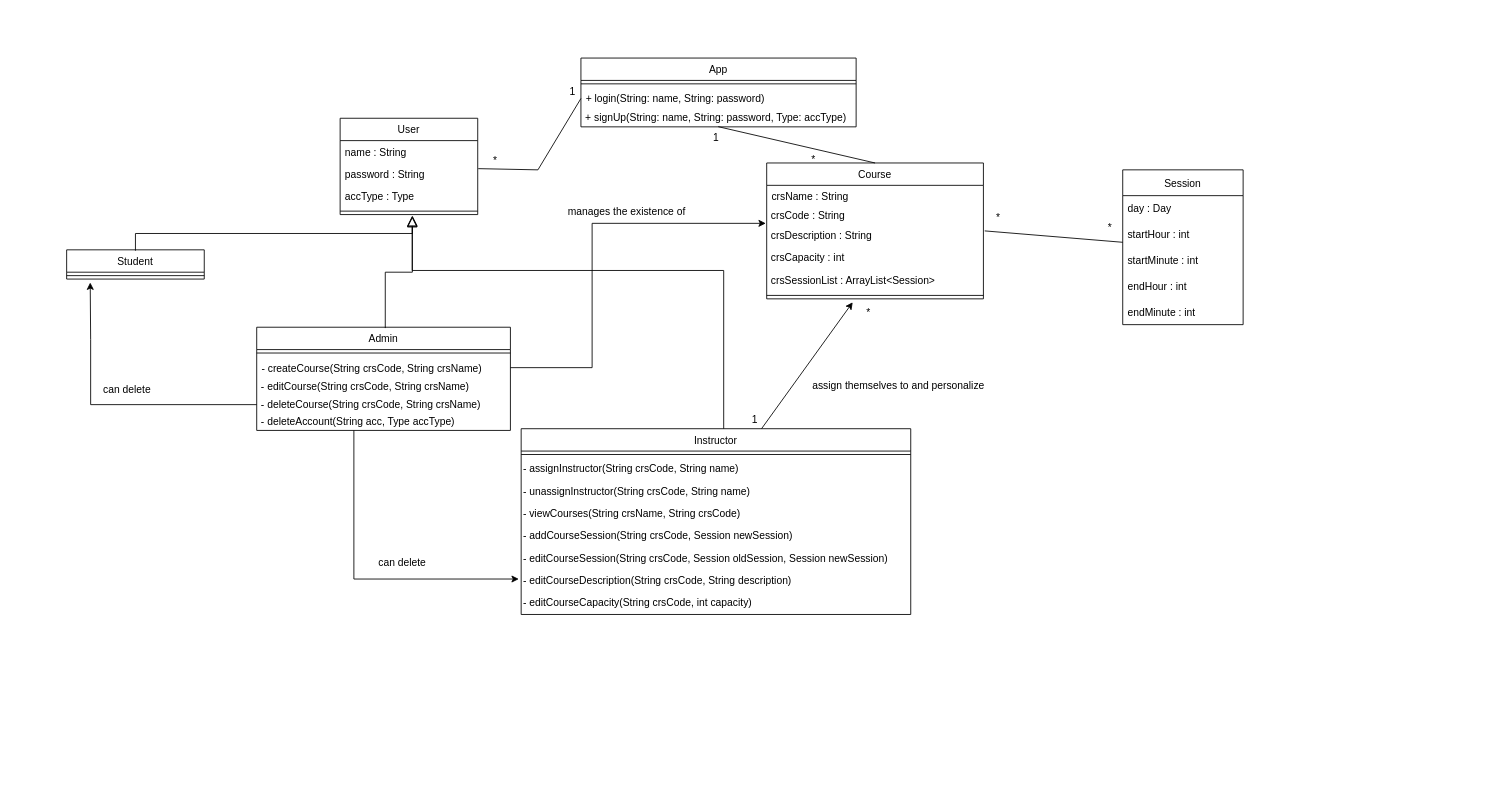
Earlier version of the draw.io diagram project2 (1).drawio (uOttawa-Summer2022/Project-Group-5). Source tidied: cells renumbered, new cells numbered last; positions are measured from the earlier drawing's top-left corner, leaving out a move shared by most shapes. Both pictures are drawn from the tidied source at 86%, with x=0, y=0 at pixel (66, 58).
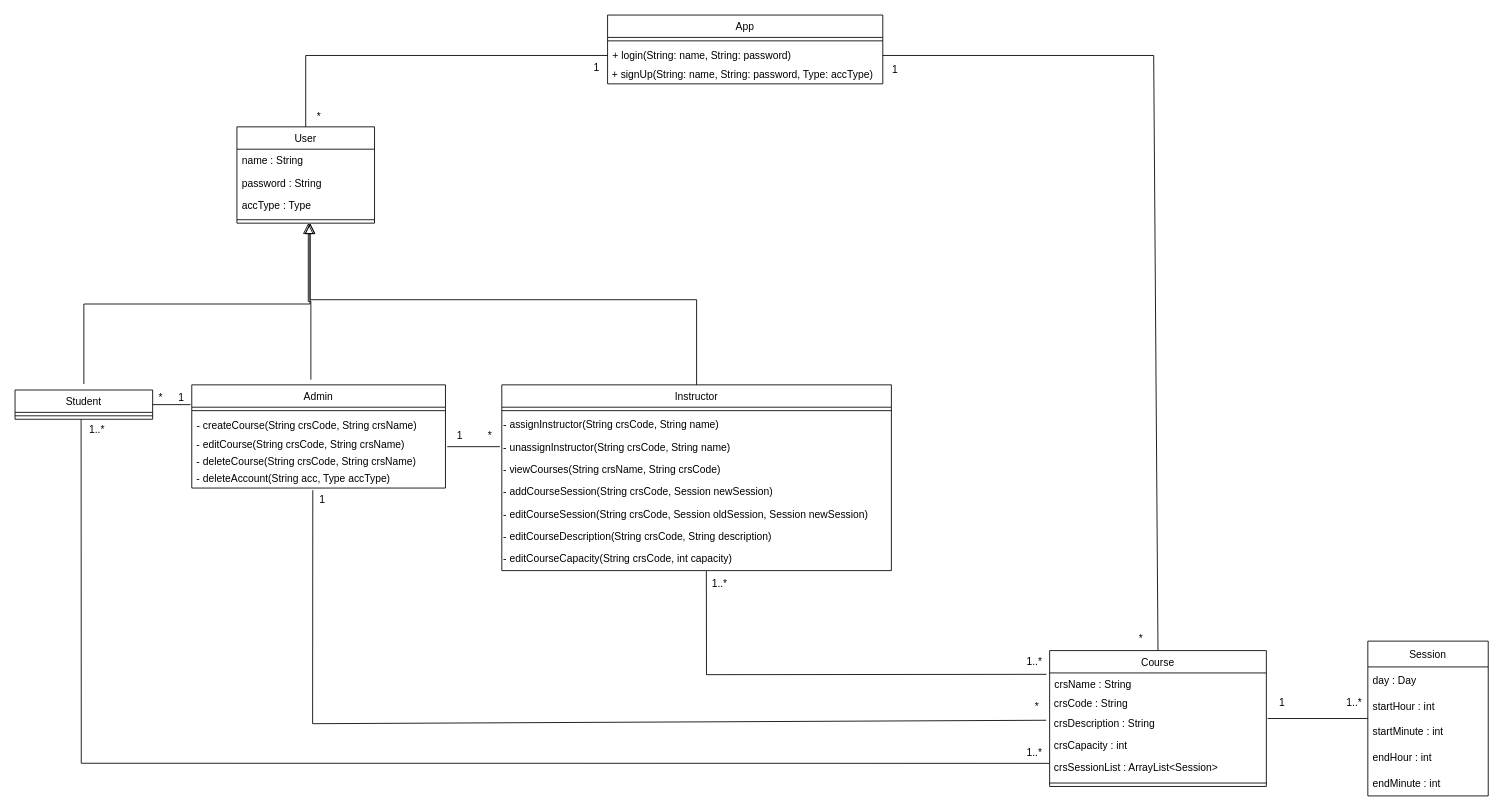
The same page after the edit.

Commit message (it also covers changes not shown here):
adjusted Class Diagram

The change refers to these unchanged cells:
```xml
<mxCell id="4" value="password : String" style="text;align=left;verticalAlign=top;spacingLeft=4;spacingRight=4;overflow=hidden;points=[[0,0.5],[1,0.5]];portConstraint=eastwest;rounded=0;shadow=0;html=0;" parent="2" vertex="1">
  <mxGeometry y="52" width="160" height="26" as="geometry" />
</mxCell>
<mxCell id="9" value="- createCourse(String crsCode, String crsName)" style="text;align=left;verticalAlign=top;spacingLeft=4;spacingRight=4;overflow=hidden;points=[[0,0.5],[1,0.5]];portConstraint=eastwest;" parent="7" vertex="1">
  <mxGeometry y="34" width="295" height="26" as="geometry" />
</mxCell>
<mxCell id="10" value="&amp;nbsp;- editCourse(String crsCode, String crsName)" style="text;html=1;align=left;verticalAlign=middle;points=[];fillColor=none;strokeColor=none;rounded=0;" parent="7" vertex="1">
  <mxGeometry y="60" width="295" height="20" as="geometry" />
</mxCell>
<mxCell id="11" value="&amp;nbsp;- deleteCourse(String crsCode, String crsName)" style="text;html=1;align=left;verticalAlign=middle;points=[];fillColor=none;strokeColor=none;rounded=0;" parent="7" vertex="1">
  <mxGeometry y="80" width="295" height="20" as="geometry" />
</mxCell>
<mxCell id="12" value="&amp;nbsp;- deleteAccount(String acc, Type accType)" style="text;html=1;align=left;verticalAlign=middle;points=[];fillColor=none;strokeColor=none;rounded=0;" parent="7" vertex="1">
  <mxGeometry y="100" width="295" height="20" as="geometry" />
</mxCell>
<mxCell id="15" style="line;html=1;strokeWidth=1;align=left;verticalAlign=middle;spacingTop=-1;spacingLeft=3;spacingRight=3;labelPosition=right;points=[];portConstraint=eastwest;" parent="14" vertex="1">
  <mxGeometry y="26" width="160" height="8" as="geometry" />
</mxCell>
<mxCell id="19" value="+ login(String: name, String: password)" style="text;align=left;verticalAlign=top;spacingLeft=4;spacingRight=4;overflow=hidden;points=[[0,0.5],[1,0.5]];portConstraint=eastwest;" parent="17" vertex="1">
  <mxGeometry y="34" width="320" height="26" as="geometry" />
</mxCell>
<mxCell id="20" value="&amp;nbsp;+ signUp(String: name, String: password, Type: accType)" style="text;html=1;align=left;verticalAlign=middle;points=[];strokeColor=none;fillColor=none;" parent="17" vertex="1">
  <mxGeometry y="60" width="320" height="20" as="geometry" />
</mxCell>
<mxCell id="24" value="- unassignInstructor(String crsCode, String name)" style="text;html=1;align=left;verticalAlign=middle;points=[];fillColor=none;strokeColor=none;rounded=0;" parent="21" vertex="1">
  <mxGeometry y="60" width="453" height="26" as="geometry" />
</mxCell>
<mxCell id="28" value="- editCourseDescription(String crsCode, String description)" style="text;html=1;align=left;verticalAlign=middle;points=[];fillColor=none;strokeColor=none;rounded=0;" parent="21" vertex="1">
  <mxGeometry y="164" width="453" height="26" as="geometry" />
</mxCell>
<mxCell id="29" value="- editCourseCapacity(String crsCode, int capacity)" style="text;html=1;align=left;verticalAlign=middle;points=[];fillColor=none;strokeColor=none;rounded=0;" parent="21" vertex="1">
  <mxGeometry y="190" width="453" height="26" as="geometry" />
</mxCell>
<mxCell id="34" value="crsName : String" style="text;strokeColor=none;fillColor=none;align=left;verticalAlign=top;spacingLeft=4;spacingRight=4;overflow=hidden;points=[[0,0.5],[1,0.5]];portConstraint=eastwest;" parent="33" vertex="1">
  <mxGeometry y="26" width="252" height="26" as="geometry" />
</mxCell>
<mxCell id="36" value="&amp;nbsp;crsDescription : String" style="text;html=1;align=left;verticalAlign=middle;points=[];fillColor=none;strokeColor=none;rounded=0;" parent="33" vertex="1">
  <mxGeometry y="72" width="252" height="26" as="geometry" />
</mxCell>
<mxCell id="38" value="&amp;nbsp;crsSessionList : ArrayList&amp;lt;Session&amp;gt;" style="text;html=1;align=left;verticalAlign=middle;points=[];fillColor=none;strokeColor=none;rounded=0;" parent="33" vertex="1">
  <mxGeometry y="124" width="252" height="26" as="geometry" />
</mxCell>
```

What changed in the source:
```diff
@@
     <mxCell id="2" value="User" style="swimlane;fontStyle=0;align=center;verticalAlign=top;horizontal=1;startSize=26;rounded=0;shadow=0;strokeWidth=1;" parent="1" vertex="1">
-      <mxGeometry x="318" y="70" width="160" height="112" as="geometry" />
+      <mxGeometry x="198" y="80" width="160" height="112" as="geometry" />
     </mxCell>
@@
     <mxCell id="7" value="Admin" style="swimlane;fontStyle=0;align=center;verticalAlign=top;horizontal=1;startSize=26;rounded=0;shadow=0;strokeWidth=1;" parent="1" vertex="1">
-      <mxGeometry x="221" y="313" width="295" height="120" as="geometry" />
+      <mxGeometry x="145.5" y="380" width="295" height="120" as="geometry" />
     </mxCell>
@@
     <mxCell id="13" style="endArrow=block;endSize=10;endFill=0;shadow=0;strokeWidth=1;rounded=0;edgeStyle=elbowEdgeStyle;elbow=vertical;" parent="1" edge="1">
       <mxGeometry relative="1" as="geometry">
-        <mxPoint x="370.5" y="314" as="sourcePoint" />
-        <mxPoint x="402" y="183" as="targetPoint" />
+        <mxPoint x="284" y="374" as="sourcePoint" />
+        <mxPoint x="281" y="192" as="targetPoint" />
       </mxGeometry>
     </mxCell>
     <mxCell id="14" value="Student" style="swimlane;fontStyle=0;align=center;verticalAlign=top;horizontal=1;startSize=26;rounded=0;shadow=0;strokeWidth=1;" parent="1" vertex="1">
-      <mxGeometry y="223" width="160" height="34" as="geometry" />
+      <mxGeometry x="-60" y="386" width="160" height="34" as="geometry" />
     </mxCell>
@@
     <mxCell id="16" style="endArrow=block;endSize=10;endFill=0;shadow=0;strokeWidth=1;rounded=0;edgeStyle=elbowEdgeStyle;elbow=vertical;" parent="1" edge="1">
       <mxGeometry relative="1" as="geometry">
-        <mxPoint x="80" y="224" as="sourcePoint" />
-        <mxPoint x="402" y="184" as="targetPoint" />
+        <mxPoint x="20" y="379" as="sourcePoint" />
+        <mxPoint x="283" y="192" as="targetPoint" />
       </mxGeometry>
     </mxCell>
     <mxCell id="17" value="App" style="swimlane;fontStyle=0;align=center;verticalAlign=top;horizontal=1;startSize=26;rounded=0;shadow=0;strokeWidth=1;" parent="1" vertex="1">
-      <mxGeometry x="598" width="320" height="80" as="geometry" />
+      <mxGeometry x="629" y="-50" width="320" height="80" as="geometry" />
     </mxCell>
@@
     <mxCell id="21" value="Instructor" style="swimlane;fontStyle=0;align=center;verticalAlign=top;horizontal=1;startSize=26;" parent="1" vertex="1">
-      <mxGeometry x="528.5" y="431" width="453" height="216" as="geometry" />
+      <mxGeometry x="506" y="380" width="453" height="216" as="geometry" />
     </mxCell>
@@
-    <mxCell id="30" style="endArrow=none;html=1;rounded=0;entryX=0;entryY=0.5;entryDx=0;entryDy=0;exitX=1.004;exitY=0.254;exitDx=0;exitDy=0;exitPerimeter=0;" parent="1" edge="1" source="4" target="19">
+    <mxCell id="30" style="endArrow=none;html=1;rounded=0;entryX=0;entryY=0.5;entryDx=0;entryDy=0;exitX=0.5;exitY=0;exitDx=0;exitDy=0;" parent="1" edge="1" source="2" target="19">
       <mxGeometry relative="1" as="geometry">
         <Array as="points">
-          <mxPoint x="548" y="130" />
+          <mxPoint x="278" y="-3" />
         </Array>
       </mxGeometry>
     </mxCell>
     <mxCell id="31" value="1" style="text;html=1;align=center;verticalAlign=middle;fillColor=none;strokeColor=none;rounded=0;" parent="1" vertex="1">
-      <mxGeometry x="578" y="30" width="20" height="20" as="geometry" />
+      <mxGeometry x="606" y="1" width="20" height="20" as="geometry" />
     </mxCell>
     <mxCell id="32" value="*" style="text;html=1;align=center;verticalAlign=middle;fillColor=none;strokeColor=none;rounded=0;" parent="1" vertex="1">
-      <mxGeometry x="488" y="110" width="20" height="20" as="geometry" />
+      <mxGeometry x="283" y="59" width="20" height="20" as="geometry" />
     </mxCell>
     <mxCell id="33" value="Course" style="swimlane;fontStyle=0;align=center;verticalAlign=top;horizontal=1;startSize=26;" parent="1" vertex="1">
-      <mxGeometry x="814" y="122" width="252" height="158" as="geometry" />
+      <mxGeometry x="1143" y="689" width="252" height="158" as="geometry" />
     </mxCell>
@@
-    <mxCell id="40" value="*" style="text;html=1;align=center;verticalAlign=middle;fillColor=none;strokeColor=none;rounded=0;" parent="1" vertex="1">
-      <mxGeometry x="858" y="108" width="20" height="20" as="geometry" />
-    </mxCell>
     <mxCell id="41" value="1" style="text;html=1;align=center;verticalAlign=middle;fillColor=none;strokeColor=none;rounded=0;" parent="1" vertex="1">
-      <mxGeometry x="745" y="83" width="20" height="20" as="geometry" />
+      <mxGeometry x="953" y="4" width="20" height="20" as="geometry" />
     </mxCell>
-    <mxCell id="42" style="endArrow=none;html=1;rounded=0;entryX=0.5;entryY=0;entryDx=0;entryDy=0;exitX=0.499;exitY=0.99;exitDx=0;exitDy=0;exitPerimeter=0;" parent="1" edge="1" source="20" target="33">
-      <mxGeometry relative="1" as="geometry" />
+    <mxCell id="42" style="endArrow=none;html=1;rounded=0;entryX=0.5;entryY=0;entryDx=0;entryDy=0;exitX=1;exitY=0.5;exitDx=0;exitDy=0;" parent="1" edge="1" source="19" target="33">
+      <mxGeometry relative="1" as="geometry">
+        <Array as="points">
+          <mxPoint x="1264" y="-3" />
+        </Array>
+      </mxGeometry>
     </mxCell>
-    <mxCell id="43" style="endArrow=block;endSize=10;endFill=0;shadow=0;strokeWidth=1;rounded=0;edgeStyle=elbowEdgeStyle;elbow=vertical;entryX=0.524;entryY=0.275;entryDx=0;entryDy=0;entryPerimeter=0;" parent="1" edge="1">
+    <mxCell id="43" style="endArrow=block;endSize=10;endFill=0;shadow=0;strokeWidth=1;rounded=0;edgeStyle=elbowEdgeStyle;elbow=vertical;entryX=0.524;entryY=0.275;entryDx=0;entryDy=0;entryPerimeter=0;" parent="1" edge="1" source="21">
       <mxGeometry relative="1" as="geometry">
-        <mxPoint x="764" y="431" as="sourcePoint" />
-        <mxPoint x="401.8" y="184.2" as="targetPoint" />
+        <mxPoint x="283" y="192" as="targetPoint" />
         <Array as="points">
-          <mxPoint x="438" y="247" />
-          <mxPoint x="431" y="214" />
-          <mxPoint x="544" y="256" />
-          <mxPoint x="644" y="306" />
+          <mxPoint x="463" y="281" />
+          <mxPoint x="312.2" y="221.8" />
+          <mxPoint x="425.2" y="263.8" />
+          <mxPoint x="525.2" y="313.8" />
         </Array>
       </mxGeometry>
     </mxCell>
@@
     <mxCell id="45" value="Session" style="swimlane;fontStyle=0;horizontal=1;startSize=30;" parent="1" vertex="1">
-      <mxGeometry x="1228" y="130" width="140" height="180" as="geometry" />
+      <mxGeometry x="1513" y="678" width="140" height="180" as="geometry" />
     </mxCell>
@@
-    <mxCell id="51" value="*" style="text;html=1;align=center;verticalAlign=middle;fillColor=none;strokeColor=none;rounded=0;" parent="1" vertex="1">
-      <mxGeometry x="1071" y="173" width="23" height="26" as="geometry" />
-    </mxCell>
     <mxCell id="52" value="*" style="text;html=1;align=center;verticalAlign=middle;fillColor=none;strokeColor=none;rounded=0;" parent="1" vertex="1">
-      <mxGeometry x="1201" y="185" width="23" height="26" as="geometry" />
+      <mxGeometry x="1237" y="663" width="23" height="26" as="geometry" />
     </mxCell>
-    <mxCell id="53" style="endArrow=classic;html=1;rounded=0;" parent="1" edge="1">
-      <mxGeometry relative="1" as="geometry">
-        <mxPoint x="808" y="431" as="sourcePoint" />
-        <mxPoint x="914" y="284" as="targetPoint" />
-      </mxGeometry>
-    </mxCell>
-    <mxCell id="54" value="*" style="text;html=1;align=center;verticalAlign=middle;fillColor=none;strokeColor=none;rounded=0;" parent="1" vertex="1">
-      <mxGeometry x="922" y="287" width="20" height="20" as="geometry" />
-    </mxCell>
-    <mxCell id="55" value="1" style="text;html=1;align=center;verticalAlign=middle;fillColor=none;strokeColor=none;rounded=0;" parent="1" vertex="1">
-      <mxGeometry x="790" y="411" width="20" height="20" as="geometry" />
-    </mxCell>
-    <mxCell id="56" value="assign themselves to and personalize" style="text;html=1;align=center;verticalAlign=middle;fillColor=none;strokeColor=none;rounded=0;" parent="1" vertex="1">
-      <mxGeometry x="858" y="368" width="218" height="26" as="geometry" />
-    </mxCell>
-    <mxCell id="57" style="edgeStyle=orthogonalEdgeStyle;rounded=0;jettySize=auto;html=1;exitX=1;exitY=0.5;exitDx=0;exitDy=0;entryX=-0.004;entryY=-0.069;entryDx=0;entryDy=0;entryPerimeter=0;" parent="1" edge="1" source="9" target="36">
-      <mxGeometry relative="1" as="geometry">
-        <Array as="points">
-          <mxPoint x="611" y="360" />
-          <mxPoint x="611" y="192" />
-        </Array>
-      </mxGeometry>
-    </mxCell>
-    <mxCell id="58" value="manages the existence of" style="text;html=1;align=center;verticalAlign=middle;fillColor=none;strokeColor=none;rounded=0;" parent="1" vertex="1">
-      <mxGeometry x="573" y="166" width="155" height="26" as="geometry" />
-    </mxCell>
-    <mxCell id="59" style="edgeStyle=orthogonalEdgeStyle;rounded=0;jettySize=auto;html=1;" parent="1" edge="1" source="11">
-      <mxGeometry relative="1" as="geometry">
-        <mxPoint x="27.4" y="261" as="targetPoint" />
-      </mxGeometry>
-    </mxCell>
-    <mxCell id="60" value="can delete" style="text;html=1;align=center;verticalAlign=middle;fillColor=none;strokeColor=none;rounded=0;" parent="1" vertex="1">
-      <mxGeometry x="33" y="373" width="73" height="26" as="geometry" />
-    </mxCell>
-    <mxCell id="61" style="edgeStyle=orthogonalEdgeStyle;rounded=0;jettySize=auto;html=1;entryX=-0.006;entryY=0.415;entryDx=0;entryDy=0;entryPerimeter=0;" parent="1" edge="1" source="12" target="28">
-      <mxGeometry relative="1" as="geometry">
-        <Array as="points">
-          <mxPoint x="334" y="606" />
-        </Array>
-      </mxGeometry>
-    </mxCell>
-    <mxCell id="62" value="can delete" style="text;html=1;align=center;verticalAlign=middle;fillColor=none;strokeColor=none;rounded=0;" parent="1" vertex="1">
-      <mxGeometry x="353" y="574" width="73" height="26" as="geometry" />
-    </mxCell>
+    <mxCell id="63" value="1..*" style="text;html=1;align=center;verticalAlign=middle;fillColor=none;strokeColor=none;rounded=0;" parent="1" vertex="1">
+      <mxGeometry x="1483" y="741" width="28" height="18" as="geometry" />
+    </mxCell>
+    <mxCell id="64" value="1" style="text;html=1;align=center;verticalAlign=middle;fillColor=none;strokeColor=none;rounded=0;" parent="1" vertex="1">
+      <mxGeometry x="1404" y="741" width="17" height="18" as="geometry" />
+    </mxCell>
+    <mxCell id="65" style="endArrow=none;html=1;rounded=0;entryX=1.007;entryY=0.594;entryDx=0;entryDy=0;entryPerimeter=0;exitX=-0.005;exitY=0.457;exitDx=0;exitDy=0;exitPerimeter=0;" parent="1" edge="1" source="24" target="10">
+      <mxGeometry relative="1" as="geometry" />
+    </mxCell>
+    <mxCell id="66" style="endArrow=none;html=1;rounded=0;entryX=1;entryY=0.5;entryDx=0;entryDy=0;" parent="1" edge="1" target="14">
+      <mxGeometry relative="1" as="geometry">
+        <mxPoint x="144" y="403" as="sourcePoint" />
+      </mxGeometry>
+    </mxCell>
+    <mxCell id="67" value="1" style="text;html=1;align=center;verticalAlign=middle;fillColor=none;strokeColor=none;rounded=0;" parent="1" vertex="1">
+      <mxGeometry x="124" y="386" width="17" height="18" as="geometry" />
+    </mxCell>
+    <mxCell id="68" value="1" style="text;html=1;align=center;verticalAlign=middle;fillColor=none;strokeColor=none;rounded=0;" parent="1" vertex="1">
+      <mxGeometry x="448" y="431" width="17" height="18" as="geometry" />
+    </mxCell>
+    <mxCell id="69" style="endArrow=none;html=1;rounded=0;entryX=0.477;entryY=1.124;entryDx=0;entryDy=0;entryPerimeter=0;exitX=-0.016;exitY=0.346;exitDx=0;exitDy=0;exitPerimeter=0;" parent="1" edge="1" source="36" target="12">
+      <mxGeometry relative="1" as="geometry">
+        <Array as="points">
+          <mxPoint x="286" y="774" />
+        </Array>
+      </mxGeometry>
+    </mxCell>
+    <mxCell id="70" style="endArrow=none;html=1;rounded=0;entryX=0.525;entryY=1.023;entryDx=0;entryDy=0;entryPerimeter=0;exitX=-0.015;exitY=0.061;exitDx=0;exitDy=0;exitPerimeter=0;" parent="1" edge="1" source="34" target="29">
+      <mxGeometry relative="1" as="geometry">
+        <Array as="points">
+          <mxPoint x="744" y="717" />
+        </Array>
+      </mxGeometry>
+    </mxCell>
+    <mxCell id="71" style="endArrow=none;html=1;rounded=0;entryX=0.48;entryY=1.015;entryDx=0;entryDy=0;entryPerimeter=0;exitX=-0.001;exitY=0.274;exitDx=0;exitDy=0;exitPerimeter=0;" parent="1" edge="1" source="38" target="15">
+      <mxGeometry relative="1" as="geometry">
+        <Array as="points">
+          <mxPoint x="17" y="820" />
+        </Array>
+      </mxGeometry>
+    </mxCell>
+    <mxCell id="72" value="1" style="text;html=1;align=center;verticalAlign=middle;fillColor=none;strokeColor=none;rounded=0;" parent="1" vertex="1">
+      <mxGeometry x="288" y="505" width="17" height="18" as="geometry" />
+    </mxCell>
+    <mxCell id="73" value="*" style="text;html=1;align=center;verticalAlign=middle;fillColor=none;strokeColor=none;rounded=0;" parent="1" vertex="1">
+      <mxGeometry x="480" y="427" width="23" height="26" as="geometry" />
+    </mxCell>
+    <mxCell id="74" value="*" style="text;html=1;align=center;verticalAlign=middle;fillColor=none;strokeColor=none;rounded=0;" parent="1" vertex="1">
+      <mxGeometry x="1116" y="741" width="23" height="26" as="geometry" />
+    </mxCell>
+    <mxCell id="75" value="*" style="text;html=1;align=center;verticalAlign=middle;fillColor=none;strokeColor=none;rounded=0;" parent="1" vertex="1">
+      <mxGeometry x="97" y="382" width="23" height="26" as="geometry" />
+    </mxCell>
+    <mxCell id="76" value="1..*" style="text;html=1;align=center;verticalAlign=middle;fillColor=none;strokeColor=none;rounded=0;" parent="1" vertex="1">
+      <mxGeometry x="745" y="603" width="28" height="18" as="geometry" />
+    </mxCell>
+    <mxCell id="77" value="1..*" style="text;html=1;align=center;verticalAlign=middle;fillColor=none;strokeColor=none;rounded=0;" parent="1" vertex="1">
+      <mxGeometry x="1111" y="693" width="28" height="18" as="geometry" />
+    </mxCell>
+    <mxCell id="78" value="1..*" style="text;html=1;align=center;verticalAlign=middle;fillColor=none;strokeColor=none;rounded=0;" parent="1" vertex="1">
+      <mxGeometry x="1111" y="799" width="28" height="18" as="geometry" />
+    </mxCell>
+    <mxCell id="79" value="1..*" style="text;html=1;align=center;verticalAlign=middle;fillColor=none;strokeColor=none;rounded=0;" parent="1" vertex="1">
+      <mxGeometry x="21" y="424" width="28" height="18" as="geometry" />
+    </mxCell>
```
